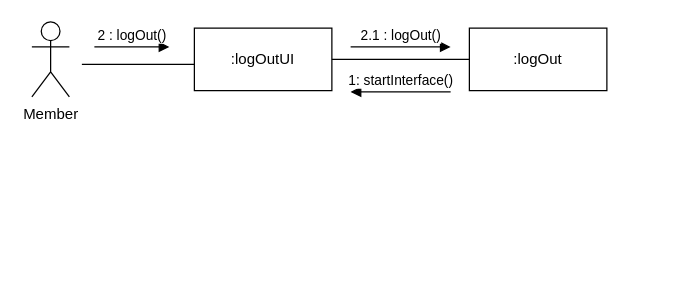
This is B981008_김미래/로그아웃.drawio from FinancialWorld16/SE_TEAM, a draw.io file, before an edit. Source tidied: cells renumbered, new cells numbered last; positions are measured from the earlier drawing's top-left corner, leaving out a move shared by most shapes. Both pictures are drawn from the tidied source at 125%, with x=0, y=0 at pixel (31, 21).
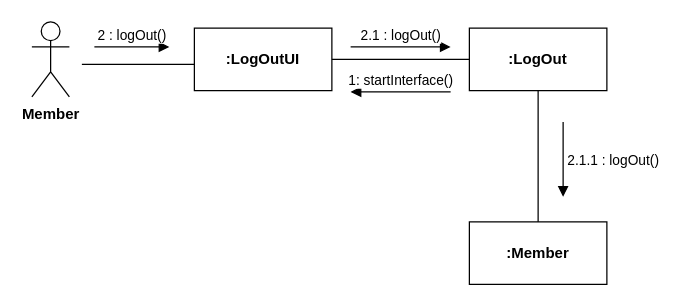
After the change.

Change to the diagram source:
```diff
@@
 <mxGraphModel>
   <root>
     <mxCell id="0" />
     <mxCell id="1" parent="0" />
-    <mxCell id="2" value="Member" style="shape=umlActor;verticalLabelPosition=bottom;verticalAlign=top;html=1;" parent="1" vertex="1">
+    <mxCell id="2" value="Member" style="shape=umlActor;verticalLabelPosition=bottom;verticalAlign=top;html=1;fontStyle=1;" parent="1" vertex="1">
       <mxGeometry width="30" height="60" as="geometry" />
     </mxCell>
-    <mxCell id="3" value=":logOutUI" style="html=1;whiteSpace=wrap;" parent="1" vertex="1">
+    <mxCell id="3" value=":LogOutUI" style="html=1;whiteSpace=wrap;fontStyle=1;" parent="1" vertex="1">
       <mxGeometry x="130" y="5" width="110" height="50" as="geometry" />
     </mxCell>
+    <mxCell id="10" style="rounded=0;jettySize=auto;html=1;endArrow=none;endFill=0;" parent="1" edge="1" source="4" target="11">
+      <mxGeometry relative="1" as="geometry" />
+    </mxCell>
-    <mxCell id="4" value=":logOut" style="html=1;whiteSpace=wrap;" parent="1" vertex="1">
+    <mxCell id="4" value=":LogOut" style="html=1;whiteSpace=wrap;fontStyle=1;" parent="1" vertex="1">
       <mxGeometry x="350" y="5" width="110" height="50" as="geometry" />
     </mxCell>
     <mxCell id="5" value="2 : logOut()" style="html=1;verticalAlign=bottom;endArrow=block;edgeStyle=elbowEdgeStyle;elbow=vertical;curved=0;rounded=0;" parent="1" edge="1">
       <mxGeometry relative="1" as="geometry">
         <mxPoint x="50" y="20" as="sourcePoint" />
         <mxPoint x="110" y="20" as="targetPoint" />
       </mxGeometry>
     </mxCell>
     <mxCell id="6" style="line;strokeWidth=1;fillColor=none;align=left;verticalAlign=middle;spacingTop=-1;spacingLeft=3;spacingRight=3;labelPosition=right;strokeColor=inherit;" parent="1" vertex="1">
       <mxGeometry x="40" y="30" width="90" height="8" as="geometry" />
     </mxCell>
     <mxCell id="7" style="line;strokeWidth=1;fillColor=none;align=left;verticalAlign=middle;spacingTop=-1;spacingLeft=3;spacingRight=3;labelPosition=right;strokeColor=inherit;" parent="1" vertex="1">
       <mxGeometry x="240" y="26" width="110" height="8" as="geometry" />
     </mxCell>
     <mxCell id="8" value="2.1 : logOut()" style="html=1;verticalAlign=bottom;endArrow=block;rounded=0;" parent="1" edge="1">
       <mxGeometry relative="1" as="geometry">
         <mxPoint x="255" y="20" as="sourcePoint" />
         <mxPoint x="335" y="20" as="targetPoint" />
       </mxGeometry>
     </mxCell>
     <mxCell id="9" value="1: startInterface()" style="html=1;verticalAlign=bottom;endArrow=block;rounded=0;" parent="1" edge="1">
       <mxGeometry relative="1" as="geometry">
         <mxPoint x="335" y="56" as="sourcePoint" />
         <mxPoint x="255" y="56" as="targetPoint" />
       </mxGeometry>
     </mxCell>
+    <mxCell id="11" value=":Member" style="html=1;whiteSpace=wrap;fontStyle=1;" parent="1" vertex="1">
+      <mxGeometry x="350" y="160" width="110" height="50" as="geometry" />
+    </mxCell>
+    <mxCell id="12" value="2.1.1 : logOut()" style="html=1;verticalAlign=bottom;endArrow=block;rounded=0;" parent="1" edge="1">
+      <mxGeometry x="0.33" y="40" relative="1" as="geometry">
+        <mxPoint x="425" y="80" as="sourcePoint" />
+        <mxPoint x="425" y="140" as="targetPoint" />
+      </mxGeometry>
+    </mxCell>
   </root>
 </mxGraphModel>
```
